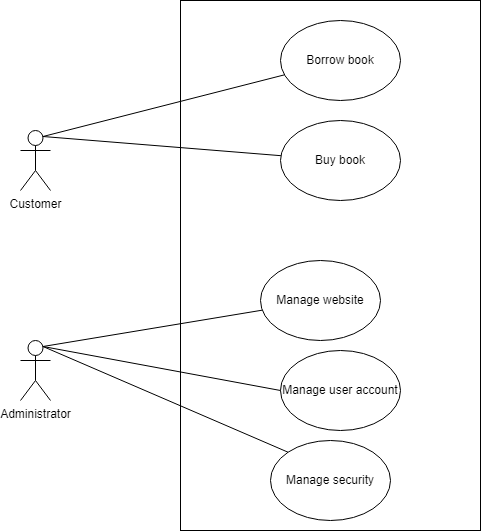
The draw.io diagram use case.drawio.png in YousefFatafta/Online-Book-Store, before a commit. Source tidied: cells renumbered, new cells last; positions are measured from the earlier drawing's top-left corner, leaving out a move shared by most shapes.
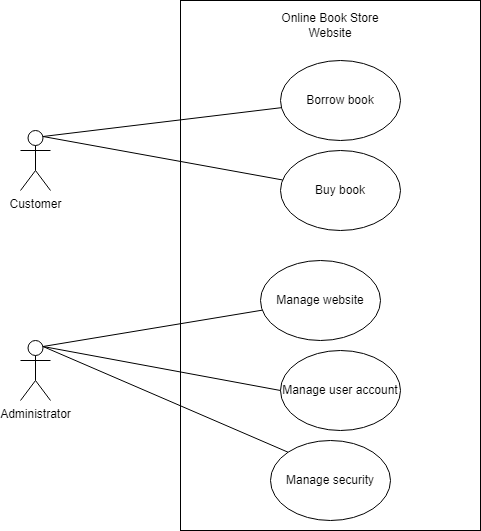
The same file after the commit.

The edit, as a diff of the source:
```diff
@@ -12,10 +12,10 @@
       <mxGeometry x="160" width="300" height="530" as="geometry" />
     </mxCell>
     <mxCell id="5" value="Borrow book" style="ellipse;whiteSpace=wrap;html=1;" parent="1" vertex="1">
-      <mxGeometry x="260" y="20" width="120" height="80" as="geometry" />
+      <mxGeometry x="260" y="60" width="120" height="80" as="geometry" />
     </mxCell>
     <mxCell id="6" value="Buy book" style="ellipse;whiteSpace=wrap;html=1;" parent="1" vertex="1">
-      <mxGeometry x="260" y="120" width="120" height="80" as="geometry" />
+      <mxGeometry x="260" y="150" width="120" height="80" as="geometry" />
     </mxCell>
     <mxCell id="7" value="Manage website" style="ellipse;whiteSpace=wrap;html=1;" parent="1" vertex="1">
       <mxGeometry x="240" y="260" width="120" height="80" as="geometry" />
@@ -41,5 +41,8 @@
     <mxCell id="14" style="endArrow=none;html=1;rounded=0;entryX=0;entryY=0.5;entryDx=0;entryDy=0;exitX=0.75;exitY=0.1;exitDx=0;exitDy=0;exitPerimeter=0;" parent="1" edge="1" source="3" target="8">
       <mxGeometry relative="1" as="geometry" />
     </mxCell>
+    <mxCell id="15" value="Online Book Store&lt;div&gt;Website&lt;/div&gt;" style="text;html=1;align=center;verticalAlign=middle;whiteSpace=wrap;rounded=0;" parent="1" vertex="1">
+      <mxGeometry x="250" y="10" width="120" height="30" as="geometry" />
+    </mxCell>
   </root>
 </mxGraphModel>
```
